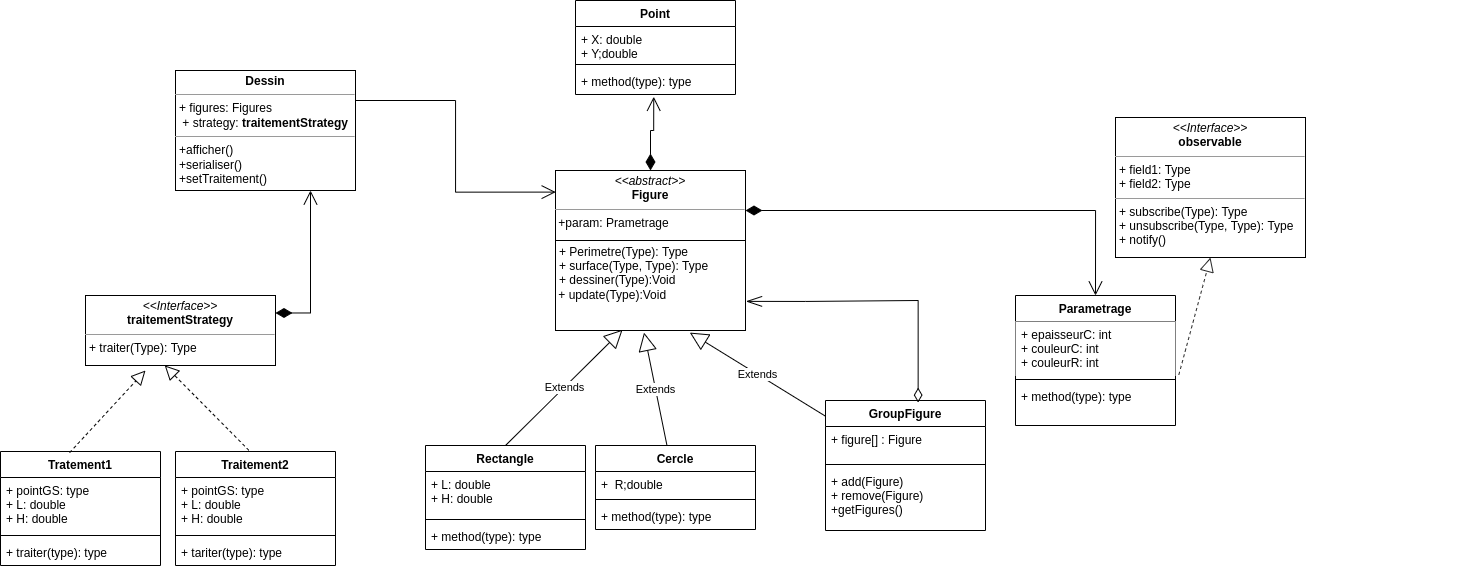
Before: ExamenBlancDesignPattern.png, a diagram exported from draw.io (mohamedBoujdi/dessinwithDPattern-AOP). Source tidied: cells renumbered, new cells last; positions are measured from the earlier drawing's top-left corner, leaving out a move shared by most shapes.
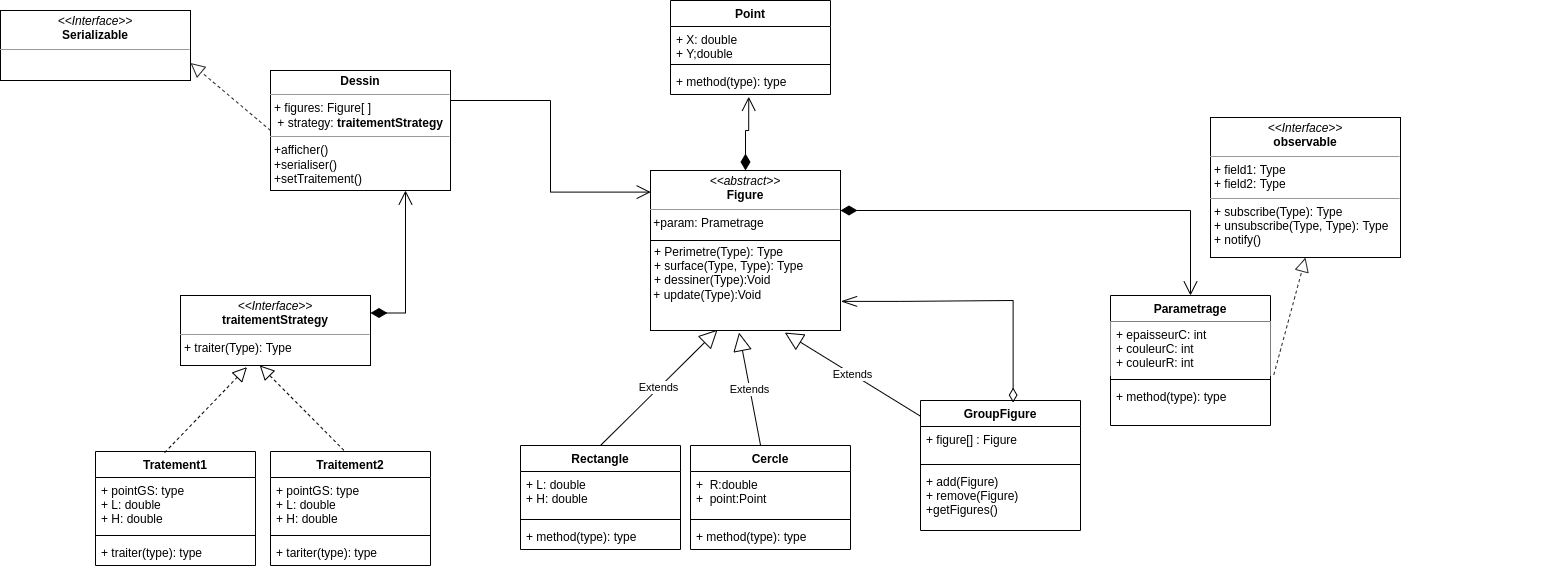
After the change.

Commit message:
modify class daigram

The edit, as a diff of the source:
```diff
@@ -2,7 +2,7 @@
   <root>
     <mxCell id="0" />
     <mxCell id="1" parent="0" />
-    <mxCell id="2" value="&lt;p style=&quot;margin:0px;margin-top:4px;text-align:center;&quot;&gt;&lt;b&gt;Dessin&lt;/b&gt;&lt;br&gt;&lt;/p&gt;&lt;hr size=&quot;1&quot;&gt;&lt;p style=&quot;margin:0px;margin-left:4px;&quot;&gt;+ figures: Figures&lt;/p&gt;&lt;p style=&quot;margin:0px;margin-left:4px;&quot;&gt;&amp;nbsp;+ strategy:&amp;nbsp;&lt;b style=&quot;text-align: center;&quot;&gt;traitementStrategy&lt;/b&gt;&lt;br&gt;&lt;/p&gt;&lt;hr size=&quot;1&quot;&gt;&lt;p style=&quot;margin:0px;margin-left:4px;&quot;&gt;+afficher()&lt;br style=&quot;padding: 0px; margin: 0px;&quot;&gt;+serialiser()&lt;br&gt;&lt;/p&gt;&lt;p style=&quot;margin:0px;margin-left:4px;&quot;&gt;+setTraitement()&lt;/p&gt;" style="verticalAlign=top;align=left;overflow=fill;fontSize=12;fontFamily=Helvetica;html=1;" parent="1" vertex="1">
+    <mxCell id="2" value="&lt;p style=&quot;margin:0px;margin-top:4px;text-align:center;&quot;&gt;&lt;b&gt;Dessin&lt;/b&gt;&lt;br&gt;&lt;/p&gt;&lt;hr size=&quot;1&quot;&gt;&lt;p style=&quot;margin:0px;margin-left:4px;&quot;&gt;+ figures: Figure[ ]&lt;/p&gt;&lt;p style=&quot;margin:0px;margin-left:4px;&quot;&gt;&amp;nbsp;+ strategy:&amp;nbsp;&lt;b style=&quot;text-align: center;&quot;&gt;traitementStrategy&lt;/b&gt;&lt;br&gt;&lt;/p&gt;&lt;hr size=&quot;1&quot;&gt;&lt;p style=&quot;margin:0px;margin-left:4px;&quot;&gt;+afficher()&lt;br style=&quot;padding: 0px; margin: 0px;&quot;&gt;+serialiser()&lt;br&gt;&lt;/p&gt;&lt;p style=&quot;margin:0px;margin-left:4px;&quot;&gt;+setTraitement()&lt;/p&gt;" style="verticalAlign=top;align=left;overflow=fill;fontSize=12;fontFamily=Helvetica;html=1;" parent="1" vertex="1">
       <mxGeometry x="175" y="70" width="180" height="120" as="geometry" />
     </mxCell>
     <mxCell id="3" value="&lt;p style=&quot;margin:0px;margin-top:4px;text-align:center;&quot;&gt;&lt;i&gt;&amp;lt;&amp;lt;abstract&amp;gt;&amp;gt;&lt;/i&gt;&lt;br&gt;&lt;b&gt;Figure&lt;/b&gt;&lt;/p&gt;&lt;hr size=&quot;1&quot;&gt;&amp;nbsp;+param: Prametrage&lt;br&gt;&lt;p style=&quot;margin:0px;margin-left:4px;&quot;&gt;&lt;br&gt;&lt;/p&gt;&lt;p style=&quot;margin:0px;margin-left:4px;&quot;&gt;+ Perimetre(Type): Type&lt;br&gt;+ surface(Type, Type): Type&lt;/p&gt;&lt;p style=&quot;margin:0px;margin-left:4px;&quot;&gt;+ dessiner(Type):Void&lt;span style=&quot;background-color: initial;&quot;&gt;&amp;nbsp;&lt;/span&gt;&lt;/p&gt;&amp;nbsp;+ update(Type):Void" style="verticalAlign=top;align=left;overflow=fill;fontSize=12;fontFamily=Helvetica;html=1;" parent="1" vertex="1">
@@ -21,16 +21,16 @@
       <mxGeometry y="78" width="160" height="26" as="geometry" />
     </mxCell>
     <mxCell id="8" value="Cercle" style="swimlane;fontStyle=1;align=center;verticalAlign=top;horizontal=1;startSize=26;" parent="1" vertex="1">
-      <mxGeometry x="595" y="445" width="160" height="84" as="geometry" />
+      <mxGeometry x="595" y="445" width="160" height="104" as="geometry" />
     </mxCell>
-    <mxCell id="9" value="+  R;double" style="text;strokeColor=none;fillColor=none;align=left;verticalAlign=top;spacingLeft=4;spacingRight=4;overflow=hidden;" parent="8" vertex="1">
-      <mxGeometry y="26" width="160" height="24" as="geometry" />
+    <mxCell id="9" value="+  R:double&#10;+  point:Point" style="text;strokeColor=none;fillColor=none;align=left;verticalAlign=top;spacingLeft=4;spacingRight=4;overflow=hidden;" parent="8" vertex="1">
+      <mxGeometry y="26" width="160" height="44" as="geometry" />
     </mxCell>
     <mxCell id="10" style="line;strokeWidth=1;fillColor=none;align=left;verticalAlign=middle;spacingTop=-1;spacingLeft=3;spacingRight=3;labelPosition=right;strokeColor=inherit;" parent="8" vertex="1">
-      <mxGeometry y="50" width="160" height="8" as="geometry" />
+      <mxGeometry y="70" width="160" height="8" as="geometry" />
     </mxCell>
     <mxCell id="11" value="+ method(type): type" style="text;strokeColor=none;fillColor=none;align=left;verticalAlign=top;spacingLeft=4;spacingRight=4;overflow=hidden;" parent="8" vertex="1">
-      <mxGeometry y="58" width="160" height="26" as="geometry" />
+      <mxGeometry y="78" width="160" height="26" as="geometry" />
     </mxCell>
     <mxCell id="12" value="Point" style="swimlane;fontStyle=1;align=center;verticalAlign=top;horizontal=1;startSize=26;" parent="1" vertex="1">
       <mxGeometry x="575" width="160" height="94" as="geometry" />
@@ -124,10 +124,8 @@
     <mxCell id="38" value="+ tariter(type): type" style="text;strokeColor=none;fillColor=none;align=left;verticalAlign=top;spacingLeft=4;spacingRight=4;overflow=hidden;" parent="35" vertex="1">
       <mxGeometry y="88" width="160" height="26" as="geometry" />
     </mxCell>
-    <mxCell id="39" style="endArrow=block;dashed=1;endFill=0;endSize=12;html=1;rounded=0;exitX=0.432;exitY=0.01;exitDx=0;exitDy=0;exitPerimeter=0;" parent="1" edge="1" source="31">
-      <mxGeometry relative="1" as="geometry">
-        <mxPoint x="145" y="370" as="targetPoint" />
-      </mxGeometry>
+    <mxCell id="39" style="endArrow=block;dashed=1;endFill=0;endSize=12;html=1;rounded=0;exitX=0.432;exitY=0.01;exitDx=0;exitDy=0;exitPerimeter=0;entryX=0.35;entryY=1.023;entryDx=0;entryDy=0;entryPerimeter=0;" parent="1" edge="1" source="31" target="30">
+      <mxGeometry relative="1" as="geometry" />
     </mxCell>
     <mxCell id="40" style="endArrow=block;dashed=1;endFill=0;endSize=12;html=1;rounded=0;exitX=0.459;exitY=-0.01;exitDx=0;exitDy=0;exitPerimeter=0;entryX=0.417;entryY=0.999;entryDx=0;entryDy=0;entryPerimeter=0;" parent="1" edge="1" source="35" target="30">
       <mxGeometry relative="1" as="geometry" />
@@ -162,5 +160,11 @@
         <mxPoint y="1" as="offset" />
       </mxGeometry>
     </mxCell>
+    <mxCell id="47" value="&lt;p style=&quot;margin:0px;margin-top:4px;text-align:center;&quot;&gt;&lt;i&gt;&amp;lt;&amp;lt;Interface&amp;gt;&amp;gt;&lt;/i&gt;&lt;br&gt;&lt;b&gt;Serializable&lt;/b&gt;&lt;/p&gt;&lt;hr size=&quot;1&quot;&gt;&lt;p style=&quot;margin:0px;margin-left:4px;&quot;&gt;&lt;/p&gt;&lt;p style=&quot;margin:0px;margin-left:4px;&quot;&gt;&lt;br&gt;&lt;/p&gt;" style="verticalAlign=top;align=left;overflow=fill;fontSize=12;fontFamily=Helvetica;html=1;fillColor=#FFFFFF;" parent="1" vertex="1">
+      <mxGeometry x="-95" y="10" width="190" height="70" as="geometry" />
+    </mxCell>
+    <mxCell id="48" style="endArrow=block;dashed=1;endFill=0;endSize=12;html=1;rounded=0;strokeColor=#262626;entryX=1;entryY=0.75;entryDx=0;entryDy=0;exitX=0;exitY=0.5;exitDx=0;exitDy=0;" parent="1" edge="1" source="2" target="47">
+      <mxGeometry relative="1" as="geometry" />
+    </mxCell>
   </root>
 </mxGraphModel>
```
